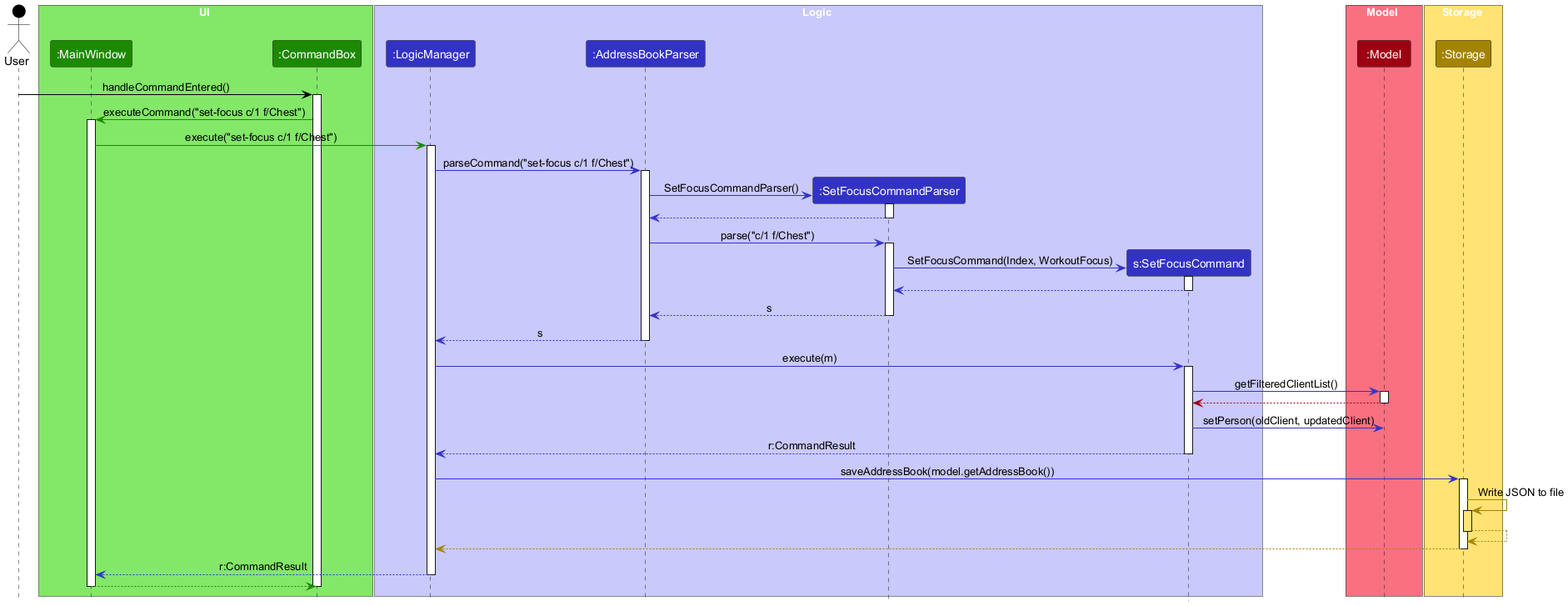
The PlantUML diagram docs/images/client-attributes/SetFocusSequenceDiagram.png in ephtale/tp, before a commit.
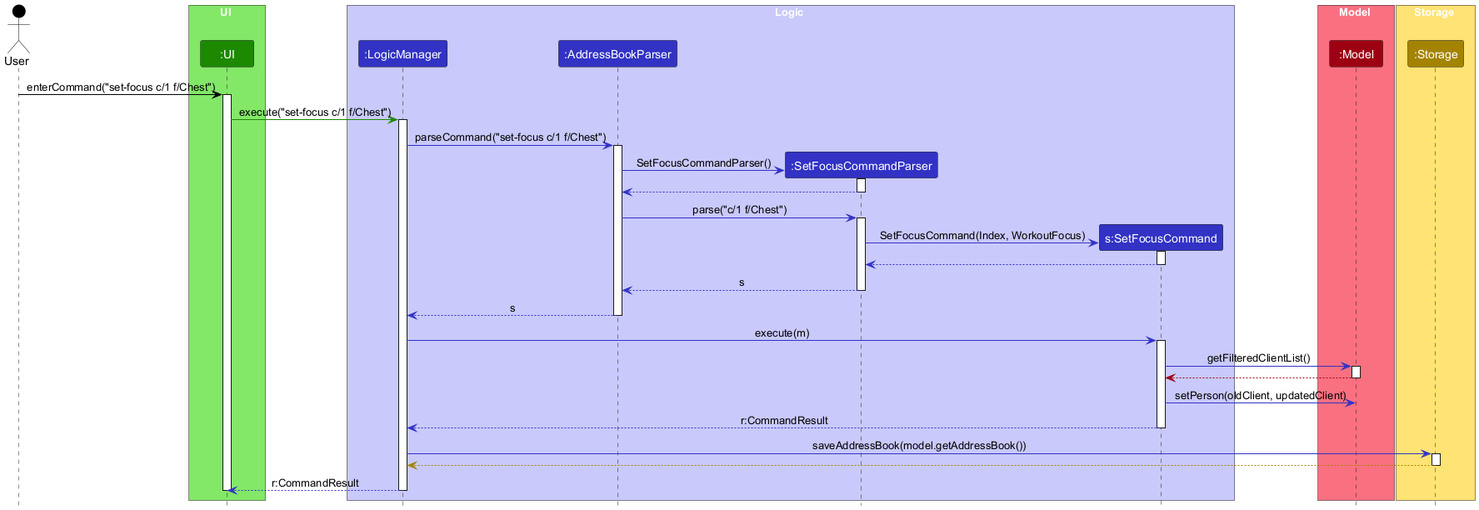
After the commit.

Commit message:
Update UML diagram

What changed in the source:
```diff
@@ -5,8 +5,7 @@
 actor User as User USER_COLOR
 
 box UI UI_COLOR_T1
-participant ":MainWindow" as MainWindow UI_COLOR
-participant ":CommandBox" as CommandBox UI_COLOR
+participant ":UI" as Ui UI_COLOR
 end box
 
 box Logic LOGIC_COLOR_T1
@@ -25,13 +24,10 @@
 end box
 
 
-User -[USER_COLOR]> CommandBox : handleCommandEntered()
-activate CommandBox
+User -[USER_COLOR]> Ui : enterCommand("set-focus c/1 f/Chest")
+activate Ui
 
-CommandBox -[UI_COLOR]> MainWindow : executeCommand("set-focus c/1 f/Chest")
-activate MainWindow
-
-MainWindow -[UI_COLOR]> LogicManager : execute("set-focus c/1 f/Chest")
+Ui -[UI_COLOR]> LogicManager : execute("set-focus c/1 f/Chest")
 activate LogicManager
 
 LogicManager -[LOGIC_COLOR]> AddressBookParser : parseCommand("set-focus c/1 f/Chest")
@@ -73,21 +69,11 @@
 
 LogicManager -[LOGIC_COLOR]> Storage : saveAddressBook(model.getAddressBook())
 activate Storage
-
-Storage -[STORAGE_COLOR]> Storage : Write JSON to file
-activate Storage STORAGE_COLOR_T1
-Storage --[STORAGE_COLOR]> Storage
-deactivate Storage
-
 Storage --[STORAGE_COLOR]> LogicManager
 deactivate Storage
 
-LogicManager --[LOGIC_COLOR]> MainWindow : r:CommandResult
+LogicManager --[LOGIC_COLOR]> Ui : r:CommandResult
 deactivate LogicManager
-
-MainWindow --[UI_COLOR]> CommandBox
-deactivate MainWindow
-
-deactivate CommandBox
+deactivate Ui
 
 @enduml
```
